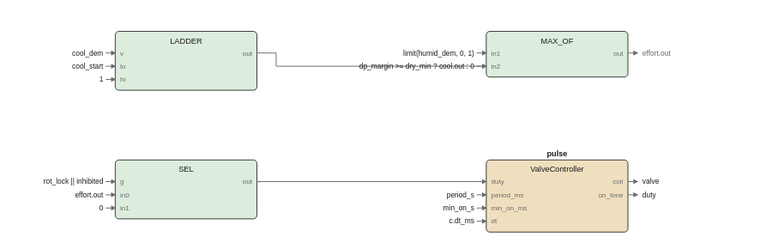
pstch/botanik2 keeps this draw.io diagram as images/logic/skirt_fbd.drawio.svg. Above is the earlier version. Source tidied: cells renumbered, new cells last; positions are measured from the earlier drawing's top-left corner, leaving out a move shared by most shapes.
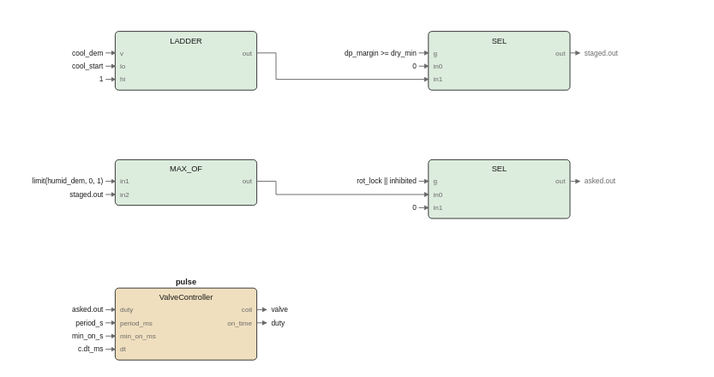
After the commit.

Commit message:
skirt: the margin gate on the cooling arm is a SEL of its own

What changed in the source:
```diff
@@ -21,206 +21,255 @@
       <mxGeometry x="124" y="14.2" width="40" height="9.8" as="geometry" />
     </mxCell>
     <mxCell id="8" style="rounded=1;fillColor=#dcecdd;strokeColor=#1a1a1a;whiteSpace=wrap;html=1;fontSize=8;" parent="1" vertex="1">
-      <mxGeometry x="319" width="118" height="38" as="geometry" />
+      <mxGeometry x="271" width="118" height="49" as="geometry" />
     </mxCell>
-    <mxCell id="9" value="MAX_OF" style="text;html=1;fontSize=6;fontColor=#1a1a1a;align=center;" parent="1" vertex="1">
-      <mxGeometry x="378" y="3.4" width="40" height="10.6" as="geometry" />
+    <mxCell id="9" value="SEL" style="text;html=1;fontSize=6;fontColor=#1a1a1a;align=center;" parent="1" vertex="1">
+      <mxGeometry x="330" y="3.4" width="40" height="10.6" as="geometry" />
     </mxCell>
-    <mxCell id="10" value="in1" style="text;html=1;fontSize=5;fontColor=#6b6b6b;align=left;" parent="1" vertex="1">
-      <mxGeometry x="323" y="14.2" width="40" height="9.8" as="geometry" />
+    <mxCell id="10" value="g" style="text;html=1;fontSize=5;fontColor=#6b6b6b;align=left;" parent="1" vertex="1">
+      <mxGeometry x="275" y="14.2" width="40" height="9.8" as="geometry" />
     </mxCell>
-    <mxCell id="11" value="in2" style="text;html=1;fontSize=5;fontColor=#6b6b6b;align=left;" parent="1" vertex="1">
-      <mxGeometry x="323" y="25.2" width="40" height="9.8" as="geometry" />
+    <mxCell id="11" value="in0" style="text;html=1;fontSize=5;fontColor=#6b6b6b;align=left;" parent="1" vertex="1">
+      <mxGeometry x="275" y="25.2" width="40" height="9.8" as="geometry" />
     </mxCell>
-    <mxCell id="12" value="out" style="text;html=1;fontSize=5;fontColor=#6b6b6b;align=left;" parent="1" vertex="1">
-      <mxGeometry x="433" y="14.2" width="40" height="9.8" as="geometry" />
+    <mxCell id="12" value="in1" style="text;html=1;fontSize=5;fontColor=#6b6b6b;align=left;" parent="1" vertex="1">
+      <mxGeometry x="275" y="36.2" width="40" height="9.8" as="geometry" />
     </mxCell>
-    <mxCell id="13" style="rounded=1;fillColor=#dcecdd;strokeColor=#1a1a1a;whiteSpace=wrap;html=1;fontSize=8;" parent="1" vertex="1">
-      <mxGeometry x="10" y="107" width="118" height="49" as="geometry" />
+    <mxCell id="13" value="out" style="text;html=1;fontSize=5;fontColor=#6b6b6b;align=left;" parent="1" vertex="1">
+      <mxGeometry x="385" y="14.2" width="40" height="9.8" as="geometry" />
     </mxCell>
-    <mxCell id="14" value="SEL" style="text;html=1;fontSize=6;fontColor=#1a1a1a;align=center;" parent="1" vertex="1">
-      <mxGeometry x="69" y="110.4" width="40" height="10.6" as="geometry" />
+    <mxCell id="14" style="rounded=1;fillColor=#dcecdd;strokeColor=#1a1a1a;whiteSpace=wrap;html=1;fontSize=8;" parent="1" vertex="1">
+      <mxGeometry x="10" y="107" width="118" height="38" as="geometry" />
     </mxCell>
-    <mxCell id="15" value="g" style="text;html=1;fontSize=5;fontColor=#6b6b6b;align=left;" parent="1" vertex="1">
-      <mxGeometry x="14" y="121.2" width="40" height="9.8" as="geometry" />
+    <mxCell id="15" value="MAX_OF" style="text;html=1;fontSize=6;fontColor=#1a1a1a;align=center;" parent="1" vertex="1">
+      <mxGeometry x="69" y="110.4" width="40" height="10.6" as="geometry" />
     </mxCell>
-    <mxCell id="16" value="in0" style="text;html=1;fontSize=5;fontColor=#6b6b6b;align=left;" parent="1" vertex="1">
-      <mxGeometry x="14" y="132.2" width="40" height="9.8" as="geometry" />
+    <mxCell id="16" value="in1" style="text;html=1;fontSize=5;fontColor=#6b6b6b;align=left;" parent="1" vertex="1">
+      <mxGeometry x="14" y="121.2" width="40" height="9.8" as="geometry" />
     </mxCell>
-    <mxCell id="17" value="in1" style="text;html=1;fontSize=5;fontColor=#6b6b6b;align=left;" parent="1" vertex="1">
-      <mxGeometry x="14" y="143.2" width="40" height="9.8" as="geometry" />
+    <mxCell id="17" value="in2" style="text;html=1;fontSize=5;fontColor=#6b6b6b;align=left;" parent="1" vertex="1">
+      <mxGeometry x="14" y="132.2" width="40" height="9.8" as="geometry" />
     </mxCell>
     <mxCell id="18" value="out" style="text;html=1;fontSize=5;fontColor=#6b6b6b;align=left;" parent="1" vertex="1">
       <mxGeometry x="124" y="121.2" width="40" height="9.8" as="geometry" />
     </mxCell>
-    <mxCell id="19" style="rounded=1;fillColor=#f0dfbe;strokeColor=#1a1a1a;whiteSpace=wrap;html=1;fontSize=8;" parent="1" vertex="1">
-      <mxGeometry x="319" y="107" width="118" height="60" as="geometry" />
+    <mxCell id="19" style="rounded=1;fillColor=#dcecdd;strokeColor=#1a1a1a;whiteSpace=wrap;html=1;fontSize=8;" parent="1" vertex="1">
+      <mxGeometry x="271" y="107" width="118" height="49" as="geometry" />
     </mxCell>
-    <mxCell id="20" value="pulse" style="text;html=1;fontSize=6;fontColor=#1a1a1a;align=center;fontStyle=1;" parent="1" vertex="1">
-      <mxGeometry x="378" y="97.4" width="40" height="10.6" as="geometry" />
+    <mxCell id="20" value="SEL" style="text;html=1;fontSize=6;fontColor=#1a1a1a;align=center;" parent="1" vertex="1">
+      <mxGeometry x="330" y="110.4" width="40" height="10.6" as="geometry" />
     </mxCell>
-    <mxCell id="21" value="ValveController" style="text;html=1;fontSize=6;fontColor=#1a1a1a;align=center;" parent="1" vertex="1">
-      <mxGeometry x="378" y="110.4" width="75" height="10.6" as="geometry" />
+    <mxCell id="21" value="g" style="text;html=1;fontSize=5;fontColor=#6b6b6b;align=left;" parent="1" vertex="1">
+      <mxGeometry x="275" y="121.2" width="40" height="9.8" as="geometry" />
     </mxCell>
-    <mxCell id="22" value="duty" style="text;html=1;fontSize=5;fontColor=#6b6b6b;align=left;" parent="1" vertex="1">
-      <mxGeometry x="323" y="121.2" width="40" height="9.8" as="geometry" />
+    <mxCell id="22" value="in0" style="text;html=1;fontSize=5;fontColor=#6b6b6b;align=left;" parent="1" vertex="1">
+      <mxGeometry x="275" y="132.2" width="40" height="9.8" as="geometry" />
     </mxCell>
-    <mxCell id="23" value="period_ms" style="text;html=1;fontSize=5;fontColor=#6b6b6b;align=left;" parent="1" vertex="1">
-      <mxGeometry x="323" y="132.2" width="45" height="9.8" as="geometry" />
+    <mxCell id="23" value="in1" style="text;html=1;fontSize=5;fontColor=#6b6b6b;align=left;" parent="1" vertex="1">
+      <mxGeometry x="275" y="143.2" width="40" height="9.8" as="geometry" />
     </mxCell>
-    <mxCell id="24" value="min_on_ms" style="text;html=1;fontSize=5;fontColor=#6b6b6b;align=left;" parent="1" vertex="1">
-      <mxGeometry x="323" y="143.2" width="45" height="9.8" as="geometry" />
+    <mxCell id="24" value="out" style="text;html=1;fontSize=5;fontColor=#6b6b6b;align=left;" parent="1" vertex="1">
+      <mxGeometry x="385" y="121.2" width="40" height="9.8" as="geometry" />
     </mxCell>
-    <mxCell id="25" value="dt" style="text;html=1;fontSize=5;fontColor=#6b6b6b;align=left;" parent="1" vertex="1">
-      <mxGeometry x="323" y="154.2" width="40" height="9.8" as="geometry" />
+    <mxCell id="25" style="rounded=1;fillColor=#f0dfbe;strokeColor=#1a1a1a;whiteSpace=wrap;html=1;fontSize=8;" parent="1" vertex="1">
+      <mxGeometry x="10" y="214" width="118" height="60" as="geometry" />
     </mxCell>
-    <mxCell id="26" value="coil" style="text;html=1;fontSize=5;fontColor=#6b6b6b;align=left;" parent="1" vertex="1">
-      <mxGeometry x="433" y="121.2" width="40" height="9.8" as="geometry" />
+    <mxCell id="26" value="pulse" style="text;html=1;fontSize=6;fontColor=#1a1a1a;align=center;fontStyle=1;" parent="1" vertex="1">
+      <mxGeometry x="69" y="204.4" width="40" height="10.6" as="geometry" />
     </mxCell>
-    <mxCell id="27" value="on_time" style="text;html=1;fontSize=5;fontColor=#6b6b6b;align=left;" parent="1" vertex="1">
-      <mxGeometry x="433" y="132.2" width="40" height="9.8" as="geometry" />
+    <mxCell id="27" value="ValveController" style="text;html=1;fontSize=6;fontColor=#1a1a1a;align=center;" parent="1" vertex="1">
+      <mxGeometry x="69" y="217.4" width="75" height="10.6" as="geometry" />
     </mxCell>
-    <mxCell id="28" style="edgeStyle=none;html=1;strokeColor=#6b6b6b;endArrow=block;" parent="1" edge="1">
-      <mxGeometry relative="1" as="geometry">
-        <mxPoint x="437" y="125" as="sourcePoint" />
-        <mxPoint x="445" y="125" as="targetPoint" />
-      </mxGeometry>
-    </mxCell>
+    <mxCell id="58" value="duty" style="text;html=1;fontSize=5;fontColor=#6b6b6b;align=left;" parent="1" vertex="1">
+      <mxGeometry x="14" y="228.2" width="40" height="9.8" as="geometry" />
+    </mxCell>
-    <mxCell id="29" value="valve" style="text;html=1;fontSize=6;fontColor=#1a1a1a;align=left;" parent="1" vertex="1">
-      <mxGeometry x="449" y="121" width="40" height="10" as="geometry" />
+    <mxCell id="29" value="period_ms" style="text;html=1;fontSize=5;fontColor=#6b6b6b;align=left;" parent="1" vertex="1">
+      <mxGeometry x="14" y="239.2" width="45" height="9.8" as="geometry" />
     </mxCell>
-    <mxCell id="30" style="edgeStyle=none;html=1;strokeColor=#6b6b6b;endArrow=block;" parent="1" edge="1">
-      <mxGeometry relative="1" as="geometry">
-        <mxPoint x="437" y="136" as="sourcePoint" />
-        <mxPoint x="445" y="136" as="targetPoint" />
-      </mxGeometry>
-    </mxCell>
+    <mxCell id="59" value="min_on_ms" style="text;html=1;fontSize=5;fontColor=#6b6b6b;align=left;" parent="1" vertex="1">
+      <mxGeometry x="14" y="250.2" width="45" height="9.8" as="geometry" />
+    </mxCell>
-    <mxCell id="31" value="duty" style="text;html=1;fontSize=6;fontColor=#1a1a1a;align=left;" parent="1" vertex="1">
-      <mxGeometry x="449" y="132" width="40" height="10" as="geometry" />
+    <mxCell id="31" value="dt" style="text;html=1;fontSize=5;fontColor=#6b6b6b;align=left;" parent="1" vertex="1">
+      <mxGeometry x="14" y="261.2" width="40" height="9.8" as="geometry" />
     </mxCell>
-    <mxCell id="32" style="edgeStyle=none;html=1;strokeColor=#6b6b6b;endArrow=block;" parent="1" edge="1">
-      <mxGeometry relative="1" as="geometry">
-        <mxPoint x="437" y="18" as="sourcePoint" />
-        <mxPoint x="445" y="18" as="targetPoint" />
-      </mxGeometry>
-    </mxCell>
+    <mxCell id="60" value="coil" style="text;html=1;fontSize=5;fontColor=#6b6b6b;align=left;" parent="1" vertex="1">
+      <mxGeometry x="124" y="228.2" width="40" height="9.8" as="geometry" />
+    </mxCell>
-    <mxCell id="33" value="effort.out" style="text;html=1;fontSize=6;fontColor=#6b6b6b;align=left;" parent="1" vertex="1">
-      <mxGeometry x="449" y="14" width="50" height="10" as="geometry" />
+    <mxCell id="33" value="on_time" style="text;html=1;fontSize=5;fontColor=#6b6b6b;align=left;" parent="1" vertex="1">
+      <mxGeometry x="124" y="239.2" width="40" height="9.8" as="geometry" />
     </mxCell>
     <mxCell id="34" style="edgeStyle=none;html=1;strokeColor=#6b6b6b;endArrow=block;" parent="1" edge="1">
       <mxGeometry relative="1" as="geometry">
-        <mxPoint x="128" y="18" as="sourcePoint" />
-        <mxPoint x="319" y="29" as="targetPoint" />
-        <Array as="points">
-          <mxPoint x="144" y="18" />
-          <mxPoint x="144" y="29" />
-        </Array>
+        <mxPoint x="128" y="232" as="sourcePoint" />
+        <mxPoint x="136" y="232" as="targetPoint" />
       </mxGeometry>
     </mxCell>
-    <mxCell id="35" style="edgeStyle=none;html=1;strokeColor=#6b6b6b;endArrow=block;" parent="1" edge="1">
-      <mxGeometry relative="1" as="geometry">
-        <mxPoint x="128" y="125" as="sourcePoint" />
-        <mxPoint x="319" y="125" as="targetPoint" />
-      </mxGeometry>
-    </mxCell>
-    <mxCell id="36" value="cool_dem" style="text;html=1;fontSize=6;fontColor=#1a1a1a;align=left;" parent="1" vertex="1">
-      <mxGeometry y="14" width="40" height="10" as="geometry" />
-    </mxCell>
-    <mxCell id="37" style="edgeStyle=none;html=1;strokeColor=#6b6b6b;endArrow=block;" parent="1" edge="1">
-      <mxGeometry relative="1" as="geometry">
-        <mxPoint x="2" y="18" as="sourcePoint" />
-        <mxPoint x="10" y="18" as="targetPoint" />
-      </mxGeometry>
-    </mxCell>
-    <mxCell id="38" value="cool_start" style="text;html=1;fontSize=6;fontColor=#1a1a1a;align=left;" parent="1" vertex="1">
-      <mxGeometry y="25" width="50" height="10" as="geometry" />
-    </mxCell>
-    <mxCell id="39" style="edgeStyle=none;html=1;strokeColor=#6b6b6b;endArrow=block;" parent="1" edge="1">
-      <mxGeometry relative="1" as="geometry">
-        <mxPoint x="2" y="29" as="sourcePoint" />
-        <mxPoint x="10" y="29" as="targetPoint" />
-      </mxGeometry>
-    </mxCell>
-    <mxCell id="40" value="1" style="text;html=1;fontSize=6;fontColor=#1a1a1a;align=left;" parent="1" vertex="1">
-      <mxGeometry y="36" width="40" height="10" as="geometry" />
-    </mxCell>
-    <mxCell id="41" style="edgeStyle=none;html=1;strokeColor=#6b6b6b;endArrow=block;" parent="1" edge="1">
-      <mxGeometry relative="1" as="geometry">
-        <mxPoint x="2" y="40" as="sourcePoint" />
-        <mxPoint x="10" y="40" as="targetPoint" />
-      </mxGeometry>
-    </mxCell>
-    <mxCell id="42" value="limit(humid_dem, 0, 1)" style="text;html=1;fontSize=6;fontColor=#1a1a1a;align=left;" parent="1" vertex="1">
-      <mxGeometry x="309" y="14" width="110" height="10" as="geometry" />
-    </mxCell>
+    <mxCell id="61" value="valve" style="text;html=1;fontSize=6;fontColor=#1a1a1a;align=left;" parent="1" vertex="1">
+      <mxGeometry x="140" y="228" width="40" height="10" as="geometry" />
+    </mxCell>
+    <mxCell id="62" style="edgeStyle=none;html=1;strokeColor=#6b6b6b;endArrow=block;" parent="1" edge="1">
+      <mxGeometry relative="1" as="geometry">
+        <mxPoint x="128" y="243" as="sourcePoint" />
+        <mxPoint x="136" y="243" as="targetPoint" />
+      </mxGeometry>
+    </mxCell>
+    <mxCell id="63" value="duty" style="text;html=1;fontSize=6;fontColor=#1a1a1a;align=left;" parent="1" vertex="1">
+      <mxGeometry x="140" y="239" width="40" height="10" as="geometry" />
+    </mxCell>
+    <mxCell id="64" style="edgeStyle=none;html=1;strokeColor=#6b6b6b;endArrow=block;" parent="1" edge="1">
+      <mxGeometry relative="1" as="geometry">
+        <mxPoint x="389" y="125" as="sourcePoint" />
+        <mxPoint x="397" y="125" as="targetPoint" />
+      </mxGeometry>
+    </mxCell>
+    <mxCell id="65" value="asked.out" style="text;html=1;fontSize=6;fontColor=#6b6b6b;align=left;" parent="1" vertex="1">
+      <mxGeometry x="401" y="121" width="45" height="10" as="geometry" />
+    </mxCell>
+    <mxCell id="66" style="edgeStyle=none;html=1;strokeColor=#6b6b6b;endArrow=block;" parent="1" edge="1">
+      <mxGeometry relative="1" as="geometry">
+        <mxPoint x="389" y="18" as="sourcePoint" />
+        <mxPoint x="397" y="18" as="targetPoint" />
+      </mxGeometry>
+    </mxCell>
+    <mxCell id="67" value="staged.out" style="text;html=1;fontSize=6;fontColor=#6b6b6b;align=left;" parent="1" vertex="1">
+      <mxGeometry x="401" y="14" width="50" height="10" as="geometry" />
+    </mxCell>
+    <mxCell id="68" style="edgeStyle=none;html=1;strokeColor=#6b6b6b;endArrow=block;" parent="1" edge="1">
+      <mxGeometry relative="1" as="geometry">
+        <mxPoint x="128" y="18" as="sourcePoint" />
+        <mxPoint x="271" y="40" as="targetPoint" />
+        <Array as="points">
+          <mxPoint x="144" y="18" />
+          <mxPoint x="144" y="40" />
+        </Array>
+      </mxGeometry>
+    </mxCell>
     <mxCell id="43" style="edgeStyle=none;html=1;strokeColor=#6b6b6b;endArrow=block;" parent="1" edge="1">
       <mxGeometry relative="1" as="geometry">
-        <mxPoint x="311" y="18" as="sourcePoint" />
-        <mxPoint x="319" y="18" as="targetPoint" />
+        <mxPoint x="128" y="125" as="sourcePoint" />
+        <mxPoint x="271" y="136" as="targetPoint" />
+        <Array as="points">
+          <mxPoint x="144" y="125" />
+          <mxPoint x="144" y="136" />
+        </Array>
       </mxGeometry>
     </mxCell>
-    <mxCell id="44" value="dp_margin &gt;= dry_min ? cool.out : 0" style="text;html=1;fontSize=6;fontColor=#1a1a1a;align=left;" parent="1" vertex="1">
-      <mxGeometry x="309" y="25" width="175" height="10" as="geometry" />
+    <mxCell id="44" value="cool_dem" style="text;html=1;fontSize=6;fontColor=#1a1a1a;align=left;" parent="1" vertex="1">
+      <mxGeometry y="14" width="40" height="10" as="geometry" />
     </mxCell>
     <mxCell id="45" style="edgeStyle=none;html=1;strokeColor=#6b6b6b;endArrow=block;" parent="1" edge="1">
       <mxGeometry relative="1" as="geometry">
-        <mxPoint x="311" y="29" as="sourcePoint" />
-        <mxPoint x="319" y="29" as="targetPoint" />
+        <mxPoint x="2" y="18" as="sourcePoint" />
+        <mxPoint x="10" y="18" as="targetPoint" />
       </mxGeometry>
     </mxCell>
-    <mxCell id="46" value="rot_lock || inhibited" style="text;html=1;fontSize=6;fontColor=#1a1a1a;align=left;" parent="1" vertex="1">
-      <mxGeometry y="121" width="105" height="10" as="geometry" />
+    <mxCell id="46" value="cool_start" style="text;html=1;fontSize=6;fontColor=#1a1a1a;align=left;" parent="1" vertex="1">
+      <mxGeometry y="25" width="50" height="10" as="geometry" />
     </mxCell>
     <mxCell id="47" style="edgeStyle=none;html=1;strokeColor=#6b6b6b;endArrow=block;" parent="1" edge="1">
       <mxGeometry relative="1" as="geometry">
-        <mxPoint x="2" y="125" as="sourcePoint" />
-        <mxPoint x="10" y="125" as="targetPoint" />
+        <mxPoint x="2" y="29" as="sourcePoint" />
+        <mxPoint x="10" y="29" as="targetPoint" />
       </mxGeometry>
     </mxCell>
-    <mxCell id="48" value="effort.out" style="text;html=1;fontSize=6;fontColor=#1a1a1a;align=left;" parent="1" vertex="1">
-      <mxGeometry y="132" width="50" height="10" as="geometry" />
+    <mxCell id="48" value="1" style="text;html=1;fontSize=6;fontColor=#1a1a1a;align=left;" parent="1" vertex="1">
+      <mxGeometry y="36" width="40" height="10" as="geometry" />
     </mxCell>
     <mxCell id="49" style="edgeStyle=none;html=1;strokeColor=#6b6b6b;endArrow=block;" parent="1" edge="1">
       <mxGeometry relative="1" as="geometry">
-        <mxPoint x="2" y="136" as="sourcePoint" />
-        <mxPoint x="10" y="136" as="targetPoint" />
+        <mxPoint x="2" y="40" as="sourcePoint" />
+        <mxPoint x="10" y="40" as="targetPoint" />
       </mxGeometry>
     </mxCell>
-    <mxCell id="50" value="0" style="text;html=1;fontSize=6;fontColor=#1a1a1a;align=left;" parent="1" vertex="1">
-      <mxGeometry y="143" width="40" height="10" as="geometry" />
+    <mxCell id="50" value="dp_margin &gt;= dry_min" style="text;html=1;fontSize=6;fontColor=#1a1a1a;align=left;" parent="1" vertex="1">
+      <mxGeometry x="261" y="14" width="100" height="10" as="geometry" />
     </mxCell>
     <mxCell id="51" style="edgeStyle=none;html=1;strokeColor=#6b6b6b;endArrow=block;" parent="1" edge="1">
       <mxGeometry relative="1" as="geometry">
-        <mxPoint x="2" y="147" as="sourcePoint" />
-        <mxPoint x="10" y="147" as="targetPoint" />
+        <mxPoint x="263" y="18" as="sourcePoint" />
+        <mxPoint x="271" y="18" as="targetPoint" />
       </mxGeometry>
     </mxCell>
-    <mxCell id="52" value="period_s" style="text;html=1;fontSize=6;fontColor=#1a1a1a;align=left;" parent="1" vertex="1">
-      <mxGeometry x="309" y="132" width="40" height="10" as="geometry" />
+    <mxCell id="52" value="0" style="text;html=1;fontSize=6;fontColor=#1a1a1a;align=left;" parent="1" vertex="1">
+      <mxGeometry x="261" y="25" width="40" height="10" as="geometry" />
     </mxCell>
     <mxCell id="53" style="edgeStyle=none;html=1;strokeColor=#6b6b6b;endArrow=block;" parent="1" edge="1">
       <mxGeometry relative="1" as="geometry">
-        <mxPoint x="311" y="136" as="sourcePoint" />
-        <mxPoint x="319" y="136" as="targetPoint" />
+        <mxPoint x="263" y="29" as="sourcePoint" />
+        <mxPoint x="271" y="29" as="targetPoint" />
       </mxGeometry>
     </mxCell>
-    <mxCell id="54" value="min_on_s" style="text;html=1;fontSize=6;fontColor=#1a1a1a;align=left;" parent="1" vertex="1">
-      <mxGeometry x="309" y="143" width="40" height="10" as="geometry" />
+    <mxCell id="54" value="limit(humid_dem, 0, 1)" style="text;html=1;fontSize=6;fontColor=#1a1a1a;align=left;" parent="1" vertex="1">
+      <mxGeometry y="121" width="110" height="10" as="geometry" />
     </mxCell>
     <mxCell id="55" style="edgeStyle=none;html=1;strokeColor=#6b6b6b;endArrow=block;" parent="1" edge="1">
       <mxGeometry relative="1" as="geometry">
-        <mxPoint x="311" y="147" as="sourcePoint" />
-        <mxPoint x="319" y="147" as="targetPoint" />
+        <mxPoint x="2" y="125" as="sourcePoint" />
+        <mxPoint x="10" y="125" as="targetPoint" />
       </mxGeometry>
     </mxCell>
-    <mxCell id="56" value="c.dt_ms" style="text;html=1;fontSize=6;fontColor=#1a1a1a;align=left;" parent="1" vertex="1">
-      <mxGeometry x="309" y="154" width="40" height="10" as="geometry" />
+    <mxCell id="56" value="staged.out" style="text;html=1;fontSize=6;fontColor=#1a1a1a;align=left;" parent="1" vertex="1">
+      <mxGeometry y="132" width="50" height="10" as="geometry" />
     </mxCell>
     <mxCell id="57" style="edgeStyle=none;html=1;strokeColor=#6b6b6b;endArrow=block;" parent="1" edge="1">
       <mxGeometry relative="1" as="geometry">
-        <mxPoint x="311" y="158" as="sourcePoint" />
-        <mxPoint x="319" y="158" as="targetPoint" />
+        <mxPoint x="2" y="136" as="sourcePoint" />
+        <mxPoint x="10" y="136" as="targetPoint" />
       </mxGeometry>
     </mxCell>
+    <mxCell id="69" value="rot_lock || inhibited" style="text;html=1;fontSize=6;fontColor=#1a1a1a;align=left;" parent="1" vertex="1">
+      <mxGeometry x="261" y="121" width="105" height="10" as="geometry" />
+    </mxCell>
+    <mxCell id="70" style="edgeStyle=none;html=1;strokeColor=#6b6b6b;endArrow=block;" parent="1" edge="1">
+      <mxGeometry relative="1" as="geometry">
+        <mxPoint x="263" y="125" as="sourcePoint" />
+        <mxPoint x="271" y="125" as="targetPoint" />
+      </mxGeometry>
+    </mxCell>
+    <mxCell id="71" value="0" style="text;html=1;fontSize=6;fontColor=#1a1a1a;align=left;" parent="1" vertex="1">
+      <mxGeometry x="261" y="143" width="40" height="10" as="geometry" />
+    </mxCell>
+    <mxCell id="72" style="edgeStyle=none;html=1;strokeColor=#6b6b6b;endArrow=block;" parent="1" edge="1">
+      <mxGeometry relative="1" as="geometry">
+        <mxPoint x="263" y="147" as="sourcePoint" />
+        <mxPoint x="271" y="147" as="targetPoint" />
+      </mxGeometry>
+    </mxCell>
+    <mxCell id="73" value="asked.out" style="text;html=1;fontSize=6;fontColor=#1a1a1a;align=left;" parent="1" vertex="1">
+      <mxGeometry y="228" width="45" height="10" as="geometry" />
+    </mxCell>
+    <mxCell id="74" style="edgeStyle=none;html=1;strokeColor=#6b6b6b;endArrow=block;" parent="1" edge="1">
+      <mxGeometry relative="1" as="geometry">
+        <mxPoint x="2" y="232" as="sourcePoint" />
+        <mxPoint x="10" y="232" as="targetPoint" />
+      </mxGeometry>
+    </mxCell>
+    <mxCell id="75" value="period_s" style="text;html=1;fontSize=6;fontColor=#1a1a1a;align=left;" parent="1" vertex="1">
+      <mxGeometry y="239" width="40" height="10" as="geometry" />
+    </mxCell>
+    <mxCell id="76" style="edgeStyle=none;html=1;strokeColor=#6b6b6b;endArrow=block;" parent="1" edge="1">
+      <mxGeometry relative="1" as="geometry">
+        <mxPoint x="2" y="243" as="sourcePoint" />
+        <mxPoint x="10" y="243" as="targetPoint" />
+      </mxGeometry>
+    </mxCell>
+    <mxCell id="77" value="min_on_s" style="text;html=1;fontSize=6;fontColor=#1a1a1a;align=left;" parent="1" vertex="1">
+      <mxGeometry y="250" width="40" height="10" as="geometry" />
+    </mxCell>
+    <mxCell id="78" style="edgeStyle=none;html=1;strokeColor=#6b6b6b;endArrow=block;" parent="1" edge="1">
+      <mxGeometry relative="1" as="geometry">
+        <mxPoint x="2" y="254" as="sourcePoint" />
+        <mxPoint x="10" y="254" as="targetPoint" />
+      </mxGeometry>
+    </mxCell>
+    <mxCell id="79" value="c.dt_ms" style="text;html=1;fontSize=6;fontColor=#1a1a1a;align=left;" parent="1" vertex="1">
+      <mxGeometry y="261" width="40" height="10" as="geometry" />
+    </mxCell>
+    <mxCell id="80" style="edgeStyle=none;html=1;strokeColor=#6b6b6b;endArrow=block;" parent="1" edge="1">
+      <mxGeometry relative="1" as="geometry">
+        <mxPoint x="2" y="265" as="sourcePoint" />
+        <mxPoint x="10" y="265" as="targetPoint" />
+      </mxGeometry>
+    </mxCell>
   </root>
 </mxGraphModel>
```
